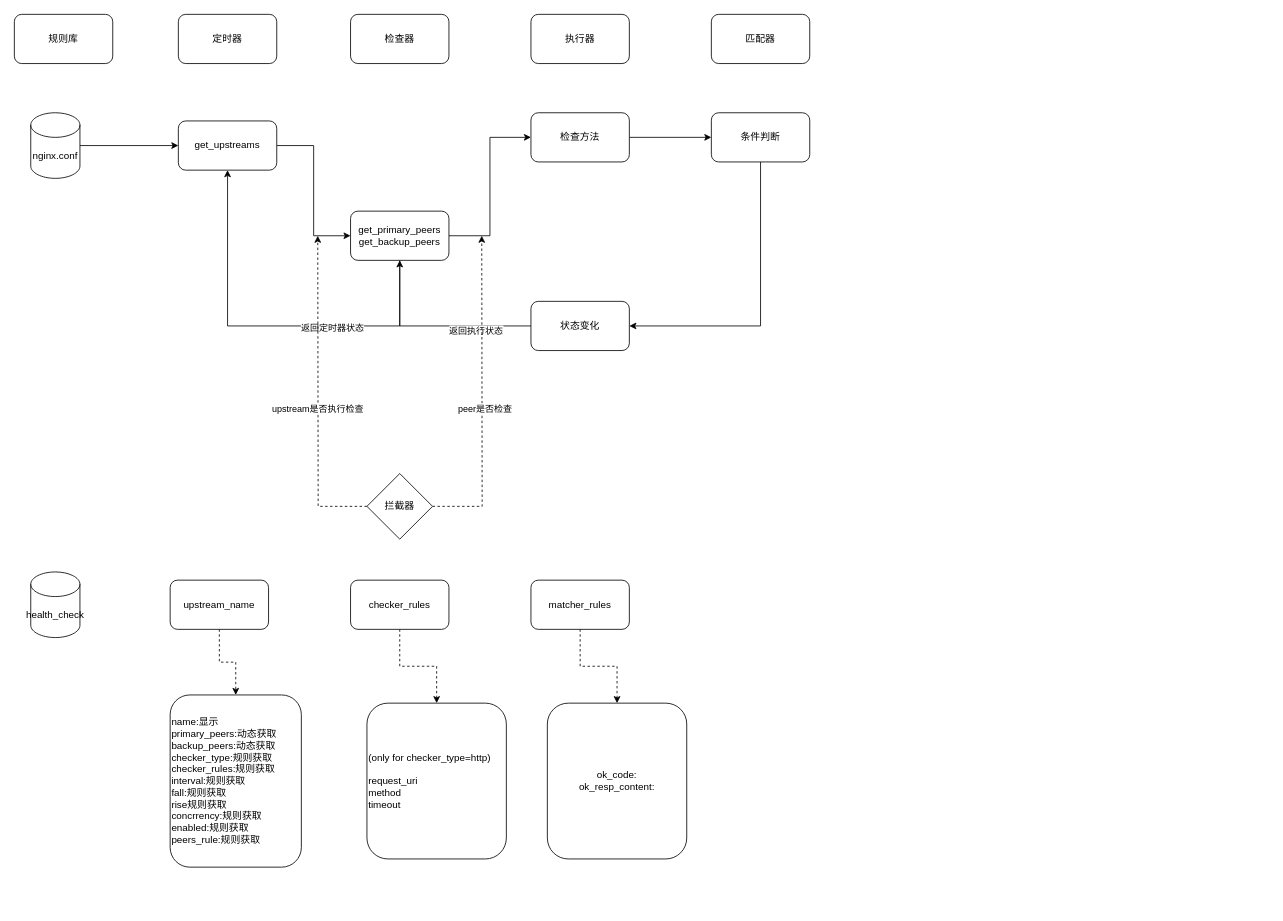
Earlier version of the draw.io diagram tools/process.drawio (reTsubasa/lua-resty-uh). Source tidied: cells renumbered, new cells numbered last; positions are measured from the earlier drawing's top-left corner, leaving out a move shared by most shapes. Both pictures are drawn from the tidied source at 82%, with x=0, y=0 at pixel (14, 14).
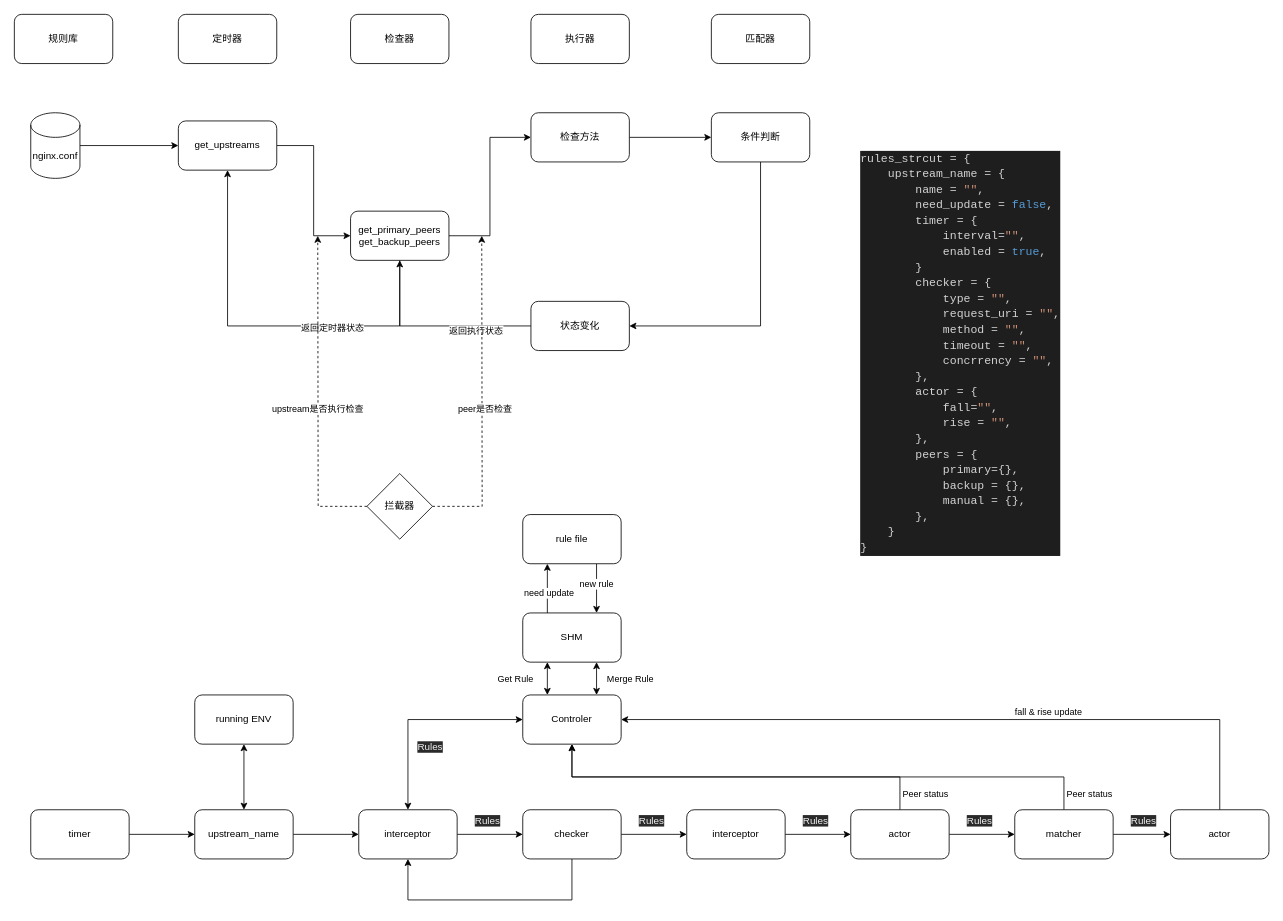
The same diagram, later.

What changed in the source:
```diff
@@
-    <mxCell id="13" style="edgeStyle=orthogonalEdgeStyle;rounded=0;jettySize=auto;html=1;dashed=1;" parent="1" edge="1" source="14" target="32">
-      <mxGeometry relative="1" as="geometry" />
-    </mxCell>
-    <mxCell id="14" value="upstream_name" style="rounded=1;whiteSpace=wrap;html=1;" parent="1" vertex="1">
-      <mxGeometry x="190" y="690" width="120" height="60" as="geometry" />
-    </mxCell>
-    <mxCell id="15" style="edgeStyle=orthogonalEdgeStyle;rounded=0;jettySize=auto;html=1;dashed=1;" parent="1" edge="1" source="16" target="33">
-      <mxGeometry relative="1" as="geometry" />
-    </mxCell>
-    <mxCell id="16" value="matcher_rules" style="rounded=1;whiteSpace=wrap;html=1;" parent="1" vertex="1">
-      <mxGeometry x="630" y="690" width="120" height="60" as="geometry" />
-    </mxCell>
@@
-    <mxCell id="21" value="health_check" style="shape=cylinder3;whiteSpace=wrap;html=1;boundedLbl=1;backgroundOutline=1;size=15;" parent="1" vertex="1">
-      <mxGeometry x="20" y="680" width="60" height="80" as="geometry" />
-    </mxCell>
@@
-    <mxCell id="32" value="name:显示&lt;br&gt;primary_peers:动态获取&lt;br&gt;backup_peers:动态获取&lt;br&gt;checker_type:规则获取&lt;br&gt;checker_rules:规则获取&lt;br&gt;interval:规则获取&lt;br&gt;fall:规则获取&lt;br&gt;rise规则获取&lt;br&gt;concrrency:规则获取&lt;br&gt;enabled:规则获取&lt;br&gt;peers_rule:规则获取" style="whiteSpace=wrap;html=1;rounded=1;align=left;" parent="1" vertex="1">
-      <mxGeometry x="190" y="830" width="160" height="210" as="geometry" />
-    </mxCell>
+    <mxCell id="37" value="&lt;div style=&quot;color: rgb(212, 212, 212); background-color: rgb(30, 30, 30); font-family: consolas, &amp;quot;courier new&amp;quot;, monospace; font-weight: normal; font-size: 14px; line-height: 19px;&quot;&gt;&lt;div&gt;&lt;span style=&quot;color: #d4d4d4&quot;&gt;rules_strcut&amp;nbsp;=&amp;nbsp;{&lt;/span&gt;&lt;/div&gt;&lt;div&gt;&lt;span style=&quot;color: #d4d4d4&quot;&gt;&amp;nbsp;&amp;nbsp;&amp;nbsp;&amp;nbsp;upstream_name&amp;nbsp;=&amp;nbsp;{&lt;/span&gt;&lt;/div&gt;&lt;div&gt;&lt;span style=&quot;color: #d4d4d4&quot;&gt;&amp;nbsp;&amp;nbsp;&amp;nbsp;&amp;nbsp;&amp;nbsp;&amp;nbsp;&amp;nbsp;&amp;nbsp;name&amp;nbsp;=&amp;nbsp;&lt;/span&gt;&lt;span style=&quot;color: #ce9178&quot;&gt;&quot;&quot;&lt;/span&gt;&lt;span style=&quot;color: #d4d4d4&quot;&gt;,&lt;/span&gt;&lt;/div&gt;&lt;div&gt;&lt;span style=&quot;color: #d4d4d4&quot;&gt;&amp;nbsp;&amp;nbsp;&amp;nbsp;&amp;nbsp;&amp;nbsp;&amp;nbsp;&amp;nbsp;&amp;nbsp;need_update&amp;nbsp;=&amp;nbsp;&lt;/span&gt;&lt;span style=&quot;color: #569cd6&quot;&gt;false&lt;/span&gt;&lt;span style=&quot;color: #d4d4d4&quot;&gt;,&lt;/span&gt;&lt;/div&gt;&lt;div&gt;&lt;span style=&quot;color: #d4d4d4&quot;&gt;&amp;nbsp;&amp;nbsp;&amp;nbsp;&amp;nbsp;&amp;nbsp;&amp;nbsp;&amp;nbsp;&amp;nbsp;timer&amp;nbsp;=&amp;nbsp;{&lt;/span&gt;&lt;/div&gt;&lt;div&gt;&lt;span style=&quot;color: #d4d4d4&quot;&gt;&amp;nbsp;&amp;nbsp;&amp;nbsp;&amp;nbsp;&amp;nbsp;&amp;nbsp;&amp;nbsp;&amp;nbsp;&amp;nbsp;&amp;nbsp;&amp;nbsp;&amp;nbsp;interval=&lt;/span&gt;&lt;span style=&quot;color: #ce9178&quot;&gt;&quot;&quot;&lt;/span&gt;&lt;span style=&quot;color: #d4d4d4&quot;&gt;,&lt;/span&gt;&lt;/div&gt;&lt;div&gt;&lt;span style=&quot;color: #d4d4d4&quot;&gt;&amp;nbsp;&amp;nbsp;&amp;nbsp;&amp;nbsp;&amp;nbsp;&amp;nbsp;&amp;nbsp;&amp;nbsp;&amp;nbsp;&amp;nbsp;&amp;nbsp;&amp;nbsp;enabled&amp;nbsp;=&amp;nbsp;&lt;/span&gt;&lt;span style=&quot;color: #569cd6&quot;&gt;true&lt;/span&gt;&lt;span style=&quot;color: #d4d4d4&quot;&gt;,&lt;/span&gt;&lt;/div&gt;&lt;div&gt;&lt;span style=&quot;color: #d4d4d4&quot;&gt;&amp;nbsp;&amp;nbsp;&amp;nbsp;&amp;nbsp;&amp;nbsp;&amp;nbsp;&amp;nbsp;&amp;nbsp;}&lt;/span&gt;&lt;/div&gt;&lt;div&gt;&lt;span style=&quot;color: #d4d4d4&quot;&gt;&amp;nbsp;&amp;nbsp;&amp;nbsp;&amp;nbsp;&amp;nbsp;&amp;nbsp;&amp;nbsp;&amp;nbsp;checker&amp;nbsp;=&amp;nbsp;{&lt;/span&gt;&lt;/div&gt;&lt;div&gt;&lt;span style=&quot;color: #d4d4d4&quot;&gt;&amp;nbsp;&amp;nbsp;&amp;nbsp;&amp;nbsp;&amp;nbsp;&amp;nbsp;&amp;nbsp;&amp;nbsp;&amp;nbsp;&amp;nbsp;&amp;nbsp;&amp;nbsp;type&amp;nbsp;=&amp;nbsp;&lt;/span&gt;&lt;span style=&quot;color: #ce9178&quot;&gt;&quot;&quot;&lt;/span&gt;&lt;span style=&quot;color: #d4d4d4&quot;&gt;,&lt;/span&gt;&lt;/div&gt;&lt;div&gt;&lt;span style=&quot;color: #d4d4d4&quot;&gt;&amp;nbsp;&amp;nbsp;&amp;nbsp;&amp;nbsp;&amp;nbsp;&amp;nbsp;&amp;nbsp;&amp;nbsp;&amp;nbsp;&amp;nbsp;&amp;nbsp;&amp;nbsp;request_uri&amp;nbsp;=&amp;nbsp;&lt;/span&gt;&lt;span style=&quot;color: #ce9178&quot;&gt;&quot;&quot;&lt;/span&gt;&lt;span style=&quot;color: #d4d4d4&quot;&gt;,&lt;/span&gt;&lt;/div&gt;&lt;div&gt;&lt;span style=&quot;color: #d4d4d4&quot;&gt;&amp;nbsp;&amp;nbsp;&amp;nbsp;&amp;nbsp;&amp;nbsp;&amp;nbsp;&amp;nbsp;&amp;nbsp;&amp;nbsp;&amp;nbsp;&amp;nbsp;&amp;nbsp;method&amp;nbsp;=&amp;nbsp;&lt;/span&gt;&lt;span style=&quot;color: #ce9178&quot;&gt;&quot;&quot;&lt;/span&gt;&lt;span style=&quot;color: #d4d4d4&quot;&gt;,&lt;/span&gt;&lt;/div&gt;&lt;div&gt;&lt;span style=&quot;color: #d4d4d4&quot;&gt;&amp;nbsp;&amp;nbsp;&amp;nbsp;&amp;nbsp;&amp;nbsp;&amp;nbsp;&amp;nbsp;&amp;nbsp;&amp;nbsp;&amp;nbsp;&amp;nbsp;&amp;nbsp;timeout&amp;nbsp;=&amp;nbsp;&lt;/span&gt;&lt;span style=&quot;color: #ce9178&quot;&gt;&quot;&quot;&lt;/span&gt;&lt;span style=&quot;color: #d4d4d4&quot;&gt;,&lt;/span&gt;&lt;/div&gt;&lt;div&gt;&lt;span style=&quot;color: #d4d4d4&quot;&gt;&amp;nbsp;&amp;nbsp;&amp;nbsp;&amp;nbsp;&amp;nbsp;&amp;nbsp;&amp;nbsp;&amp;nbsp;&amp;nbsp;&amp;nbsp;&amp;nbsp;&amp;nbsp;concrrency&amp;nbsp;=&amp;nbsp;&lt;/span&gt;&lt;span style=&quot;color: #ce9178&quot;&gt;&quot;&quot;&lt;/span&gt;&lt;span style=&quot;color: #d4d4d4&quot;&gt;,&lt;/span&gt;&lt;/div&gt;&lt;div&gt;&lt;span style=&quot;color: #d4d4d4&quot;&gt;&amp;nbsp;&amp;nbsp;&amp;nbsp;&amp;nbsp;&amp;nbsp;&amp;nbsp;&amp;nbsp;&amp;nbsp;},&lt;/span&gt;&lt;/div&gt;&lt;div&gt;&lt;span style=&quot;color: #d4d4d4&quot;&gt;&amp;nbsp;&amp;nbsp;&amp;nbsp;&amp;nbsp;&amp;nbsp;&amp;nbsp;&amp;nbsp;&amp;nbsp;actor&amp;nbsp;=&amp;nbsp;{&lt;/span&gt;&lt;/div&gt;&lt;div&gt;&lt;span style=&quot;color: #d4d4d4&quot;&gt;&amp;nbsp;&amp;nbsp;&amp;nbsp;&amp;nbsp;&amp;nbsp;&amp;nbsp;&amp;nbsp;&amp;nbsp;&amp;nbsp;&amp;nbsp;&amp;nbsp;&amp;nbsp;fall=&lt;/span&gt;&lt;span style=&quot;color: #ce9178&quot;&gt;&quot;&quot;&lt;/span&gt;&lt;span style=&quot;color: #d4d4d4&quot;&gt;,&lt;/span&gt;&lt;/div&gt;&lt;div&gt;&lt;span style=&quot;color: #d4d4d4&quot;&gt;&amp;nbsp;&amp;nbsp;&amp;nbsp;&amp;nbsp;&amp;nbsp;&amp;nbsp;&amp;nbsp;&amp;nbsp;&amp;nbsp;&amp;nbsp;&amp;nbsp;&amp;nbsp;rise&amp;nbsp;=&amp;nbsp;&lt;/span&gt;&lt;span style=&quot;color: #ce9178&quot;&gt;&quot;&quot;&lt;/span&gt;&lt;span style=&quot;color: #d4d4d4&quot;&gt;,&lt;/span&gt;&lt;/div&gt;&lt;div&gt;&lt;span style=&quot;color: #d4d4d4&quot;&gt;&amp;nbsp;&amp;nbsp;&amp;nbsp;&amp;nbsp;&amp;nbsp;&amp;nbsp;&amp;nbsp;&amp;nbsp;},&lt;/span&gt;&lt;/div&gt;&lt;div&gt;&lt;span style=&quot;color: #d4d4d4&quot;&gt;&amp;nbsp;&amp;nbsp;&amp;nbsp;&amp;nbsp;&amp;nbsp;&amp;nbsp;&amp;nbsp;&amp;nbsp;peers&amp;nbsp;=&amp;nbsp;{&lt;/span&gt;&lt;/div&gt;&lt;div&gt;&lt;span style=&quot;color: #d4d4d4&quot;&gt;&amp;nbsp;&amp;nbsp;&amp;nbsp;&amp;nbsp;&amp;nbsp;&amp;nbsp;&amp;nbsp;&amp;nbsp;&amp;nbsp;&amp;nbsp;&amp;nbsp;&amp;nbsp;primary={},&lt;/span&gt;&lt;/div&gt;&lt;div&gt;&lt;span style=&quot;color: #d4d4d4&quot;&gt;&amp;nbsp;&amp;nbsp;&amp;nbsp;&amp;nbsp;&amp;nbsp;&amp;nbsp;&amp;nbsp;&amp;nbsp;&amp;nbsp;&amp;nbsp;&amp;nbsp;&amp;nbsp;backup&amp;nbsp;=&amp;nbsp;{},&lt;/span&gt;&lt;/div&gt;&lt;div&gt;&lt;span style=&quot;color: #d4d4d4&quot;&gt;&amp;nbsp;&amp;nbsp;&amp;nbsp;&amp;nbsp;&amp;nbsp;&amp;nbsp;&amp;nbsp;&amp;nbsp;&amp;nbsp;&amp;nbsp;&amp;nbsp;&amp;nbsp;manual&amp;nbsp;=&amp;nbsp;{},&lt;/span&gt;&lt;/div&gt;&lt;div&gt;&lt;span style=&quot;color: #d4d4d4&quot;&gt;&amp;nbsp;&amp;nbsp;&amp;nbsp;&amp;nbsp;&amp;nbsp;&amp;nbsp;&amp;nbsp;&amp;nbsp;},&lt;/span&gt;&lt;/div&gt;&lt;div&gt;&lt;span style=&quot;color: #d4d4d4&quot;&gt;&amp;nbsp;&amp;nbsp;&amp;nbsp;&amp;nbsp;}&lt;/span&gt;&lt;/div&gt;&lt;div&gt;&lt;span style=&quot;color: #d4d4d4&quot;&gt;}&lt;/span&gt;&lt;/div&gt;&lt;/div&gt;" style="text;whiteSpace=wrap;html=1;" parent="1" vertex="1">
+      <mxGeometry x="1030" y="160" width="250" height="510" as="geometry" />
+    </mxCell>
+    <mxCell id="38" style="edgeStyle=orthogonalEdgeStyle;rounded=0;jettySize=auto;html=1;" parent="1" edge="1" source="33" target="15">
+      <mxGeometry relative="1" as="geometry" />
+    </mxCell>
-    <mxCell id="33" value="ok_code:&lt;br&gt;ok_resp_content:" style="whiteSpace=wrap;html=1;rounded=1;" parent="1" vertex="1">
-      <mxGeometry x="650" y="840" width="170" height="190" as="geometry" />
+    <mxCell id="33" value="timer" style="rounded=1;whiteSpace=wrap;html=1;" parent="1" vertex="1">
+      <mxGeometry x="20" y="970" width="120" height="60" as="geometry" />
     </mxCell>
+    <mxCell id="39" style="edgeStyle=orthogonalEdgeStyle;rounded=0;jettySize=auto;html=1;" parent="1" edge="1" source="15" target="42">
+      <mxGeometry relative="1" as="geometry" />
+    </mxCell>
+    <mxCell id="40" style="edgeStyle=orthogonalEdgeStyle;rounded=0;jettySize=auto;html=1;startArrow=classic;startFill=1;" parent="1" edge="1" source="15" target="63">
+      <mxGeometry relative="1" as="geometry" />
+    </mxCell>
+    <mxCell id="15" value="upstream_name" style="whiteSpace=wrap;html=1;rounded=1;" parent="1" vertex="1">
+      <mxGeometry x="220" y="970" width="120" height="60" as="geometry" />
+    </mxCell>
+    <mxCell id="41" style="edgeStyle=orthogonalEdgeStyle;rounded=0;jettySize=auto;html=1;" parent="1" edge="1" source="42" target="50">
+      <mxGeometry relative="1" as="geometry" />
+    </mxCell>
+    <mxCell id="42" value="interceptor" style="whiteSpace=wrap;html=1;rounded=1;" parent="1" vertex="1">
+      <mxGeometry x="420" y="970" width="120" height="60" as="geometry" />
+    </mxCell>
+    <mxCell id="43" style="edgeStyle=orthogonalEdgeStyle;rounded=0;jettySize=auto;html=1;entryX=0.25;entryY=1;entryDx=0;entryDy=0;exitX=0.25;exitY=0;exitDx=0;exitDy=0;" parent="1" edge="1" source="34" target="47">
+      <mxGeometry relative="1" as="geometry" />
+    </mxCell>
+    <mxCell id="44" value="need update" style="edgeLabel;html=1;align=center;verticalAlign=middle;" parent="43" vertex="1">
+      <mxGeometry x="-0.18" y="-1" relative="1" as="geometry" />
+    </mxCell>
-    <mxCell id="34" style="edgeStyle=orthogonalEdgeStyle;rounded=0;jettySize=auto;html=1;dashed=1;" parent="1" edge="1" source="35" target="36">
-      <mxGeometry relative="1" as="geometry" />
+    <mxCell id="34" value="SHM" style="whiteSpace=wrap;html=1;rounded=1;" parent="1" vertex="1">
+      <mxGeometry x="620" y="730" width="120" height="60" as="geometry" />
     </mxCell>
-    <mxCell id="35" value="checker_rules" style="rounded=1;whiteSpace=wrap;html=1;" parent="1" vertex="1">
-      <mxGeometry x="410" y="690" width="120" height="60" as="geometry" />
-    </mxCell>
-    <mxCell id="36" value="(only for checker_type=http)&lt;br&gt;&lt;br&gt;request_uri&lt;br&gt;method&lt;br&gt;timeout" style="whiteSpace=wrap;html=1;rounded=1;align=left;" parent="1" vertex="1">
-      <mxGeometry x="430" y="840" width="170" height="190" as="geometry" />
-    </mxCell>
+    <mxCell id="45" style="edgeStyle=orthogonalEdgeStyle;rounded=0;jettySize=auto;html=1;exitX=0.75;exitY=1;exitDx=0;exitDy=0;entryX=0.75;entryY=0;entryDx=0;entryDy=0;" parent="1" edge="1" source="47" target="34">
+      <mxGeometry relative="1" as="geometry" />
+    </mxCell>
+    <mxCell id="46" value="new rule" style="edgeLabel;html=1;align=center;verticalAlign=middle;" parent="45" vertex="1">
+      <mxGeometry x="-0.21" y="-1" relative="1" as="geometry" />
+    </mxCell>
+    <mxCell id="47" value="rule file" style="whiteSpace=wrap;html=1;rounded=1;" parent="1" vertex="1">
+      <mxGeometry x="620" y="610" width="120" height="60" as="geometry" />
+    </mxCell>
+    <mxCell id="48" style="edgeStyle=orthogonalEdgeStyle;rounded=0;jettySize=auto;html=1;exitX=0.5;exitY=1;exitDx=0;exitDy=0;entryX=0.5;entryY=1;entryDx=0;entryDy=0;" parent="1" edge="1" source="50" target="42">
+      <mxGeometry relative="1" as="geometry">
+        <Array as="points">
+          <mxPoint x="680" y="1080" />
+          <mxPoint x="480" y="1080" />
+        </Array>
+      </mxGeometry>
+    </mxCell>
+    <mxCell id="49" style="edgeStyle=orthogonalEdgeStyle;rounded=0;jettySize=auto;html=1;" parent="1" edge="1" source="50" target="52">
+      <mxGeometry relative="1" as="geometry" />
+    </mxCell>
+    <mxCell id="50" value="checker" style="whiteSpace=wrap;html=1;rounded=1;" parent="1" vertex="1">
+      <mxGeometry x="620" y="970" width="120" height="60" as="geometry" />
+    </mxCell>
+    <mxCell id="51" style="edgeStyle=orthogonalEdgeStyle;rounded=0;jettySize=auto;html=1;" parent="1" edge="1" source="52" target="55">
+      <mxGeometry relative="1" as="geometry" />
+    </mxCell>
+    <mxCell id="52" value="&lt;span&gt;interceptor&lt;/span&gt;" style="whiteSpace=wrap;html=1;rounded=1;" parent="1" vertex="1">
+      <mxGeometry x="820" y="970" width="120" height="60" as="geometry" />
+    </mxCell>
+    <mxCell id="53" style="edgeStyle=orthogonalEdgeStyle;rounded=0;jettySize=auto;html=1;startArrow=none;startFill=0;" parent="1" edge="1" source="55" target="69">
+      <mxGeometry relative="1" as="geometry" />
+    </mxCell>
+    <mxCell id="54" style="edgeStyle=orthogonalEdgeStyle;rounded=0;jettySize=auto;html=1;entryX=0.5;entryY=1;entryDx=0;entryDy=0;startArrow=none;startFill=0;" parent="1" edge="1" source="55" target="59">
+      <mxGeometry relative="1" as="geometry">
+        <Array as="points">
+          <mxPoint x="1080" y="930" />
+          <mxPoint x="680" y="930" />
+        </Array>
+      </mxGeometry>
+    </mxCell>
+    <mxCell id="55" value="actor" style="whiteSpace=wrap;html=1;rounded=1;" parent="1" vertex="1">
+      <mxGeometry x="1020" y="970" width="120" height="60" as="geometry" />
+    </mxCell>
+    <mxCell id="56" style="edgeStyle=orthogonalEdgeStyle;rounded=0;jettySize=auto;html=1;exitX=0.25;exitY=0;exitDx=0;exitDy=0;entryX=0.25;entryY=1;entryDx=0;entryDy=0;startArrow=classic;startFill=1;" parent="1" edge="1" source="59" target="34">
+      <mxGeometry relative="1" as="geometry" />
+    </mxCell>
+    <mxCell id="57" style="edgeStyle=orthogonalEdgeStyle;rounded=0;jettySize=auto;html=1;exitX=0.75;exitY=0;exitDx=0;exitDy=0;entryX=0.75;entryY=1;entryDx=0;entryDy=0;startArrow=classic;startFill=1;" parent="1" edge="1" source="59" target="34">
+      <mxGeometry relative="1" as="geometry" />
+    </mxCell>
+    <mxCell id="58" style="edgeStyle=orthogonalEdgeStyle;rounded=0;jettySize=auto;html=1;entryX=0.5;entryY=0;entryDx=0;entryDy=0;startArrow=classic;startFill=1;" parent="1" edge="1" source="59" target="42">
+      <mxGeometry relative="1" as="geometry" />
+    </mxCell>
+    <mxCell id="59" value="Controler" style="rounded=1;whiteSpace=wrap;html=1;" parent="1" vertex="1">
+      <mxGeometry x="620" y="830" width="120" height="60" as="geometry" />
+    </mxCell>
+    <mxCell id="60" value="Merge Rule" style="edgeLabel;html=1;align=center;verticalAlign=middle;" parent="1" vertex="1">
+      <mxGeometry x="750" y="810" as="geometry" />
+    </mxCell>
+    <mxCell id="61" value="Get Rule" style="edgeLabel;html=1;align=center;verticalAlign=middle;" parent="1" vertex="1">
+      <mxGeometry x="610" y="810" as="geometry" />
+    </mxCell>
+    <mxCell id="62" value="&lt;span style=&quot;color: rgb(240 , 240 , 240) ; font-family: &amp;#34;helvetica&amp;#34; ; font-size: 12px ; font-style: normal ; font-weight: 400 ; letter-spacing: normal ; text-align: center ; text-indent: 0px ; text-transform: none ; word-spacing: 0px ; background-color: rgb(42 , 42 , 42) ; display: inline ; float: none&quot;&gt;Rules&lt;/span&gt;" style="text;whiteSpace=wrap;html=1;" parent="1" vertex="1">
+      <mxGeometry x="490" y="880" width="50" height="30" as="geometry" />
+    </mxCell>
+    <mxCell id="63" value="running ENV" style="whiteSpace=wrap;html=1;rounded=1;" parent="1" vertex="1">
+      <mxGeometry x="220" y="830" width="120" height="60" as="geometry" />
+    </mxCell>
+    <mxCell id="64" value="&lt;span style=&quot;color: rgb(240 , 240 , 240) ; font-family: &amp;#34;helvetica&amp;#34; ; font-size: 12px ; font-style: normal ; font-weight: 400 ; letter-spacing: normal ; text-align: center ; text-indent: 0px ; text-transform: none ; word-spacing: 0px ; background-color: rgb(42 , 42 , 42) ; display: inline ; float: none&quot;&gt;Rules&lt;/span&gt;" style="text;whiteSpace=wrap;html=1;" parent="1" vertex="1">
+      <mxGeometry x="560" y="970" width="50" height="30" as="geometry" />
+    </mxCell>
+    <mxCell id="65" value="&lt;span style=&quot;color: rgb(240 , 240 , 240) ; font-family: &amp;#34;helvetica&amp;#34; ; font-size: 12px ; font-style: normal ; font-weight: 400 ; letter-spacing: normal ; text-align: center ; text-indent: 0px ; text-transform: none ; word-spacing: 0px ; background-color: rgb(42 , 42 , 42) ; display: inline ; float: none&quot;&gt;Rules&lt;/span&gt;" style="text;whiteSpace=wrap;html=1;" parent="1" vertex="1">
+      <mxGeometry x="760" y="970" width="50" height="30" as="geometry" />
+    </mxCell>
+    <mxCell id="66" value="&lt;span style=&quot;color: rgb(240 , 240 , 240) ; font-family: &amp;#34;helvetica&amp;#34; ; font-size: 12px ; font-style: normal ; font-weight: 400 ; letter-spacing: normal ; text-align: center ; text-indent: 0px ; text-transform: none ; word-spacing: 0px ; background-color: rgb(42 , 42 , 42) ; display: inline ; float: none&quot;&gt;Rules&lt;/span&gt;" style="text;whiteSpace=wrap;html=1;" parent="1" vertex="1">
+      <mxGeometry x="960" y="970" width="50" height="30" as="geometry" />
+    </mxCell>
+    <mxCell id="67" style="edgeStyle=orthogonalEdgeStyle;rounded=0;jettySize=auto;html=1;entryX=0;entryY=0.5;entryDx=0;entryDy=0;startArrow=none;startFill=0;" parent="1" edge="1" source="69" target="72">
+      <mxGeometry relative="1" as="geometry" />
+    </mxCell>
+    <mxCell id="68" style="edgeStyle=orthogonalEdgeStyle;rounded=0;jettySize=auto;html=1;entryX=0.5;entryY=1;entryDx=0;entryDy=0;startArrow=none;startFill=0;" parent="1" edge="1" source="69" target="59">
+      <mxGeometry relative="1" as="geometry">
+        <Array as="points">
+          <mxPoint x="1280" y="930" />
+          <mxPoint x="680" y="930" />
+        </Array>
+      </mxGeometry>
+    </mxCell>
+    <mxCell id="69" value="matcher" style="whiteSpace=wrap;html=1;rounded=1;" parent="1" vertex="1">
+      <mxGeometry x="1220" y="970" width="120" height="60" as="geometry" />
+    </mxCell>
+    <mxCell id="70" value="&lt;span style=&quot;color: rgb(240 , 240 , 240) ; font-family: &amp;#34;helvetica&amp;#34; ; font-size: 12px ; font-style: normal ; font-weight: 400 ; letter-spacing: normal ; text-align: center ; text-indent: 0px ; text-transform: none ; word-spacing: 0px ; background-color: rgb(42 , 42 , 42) ; display: inline ; float: none&quot;&gt;Rules&lt;/span&gt;" style="text;whiteSpace=wrap;html=1;" parent="1" vertex="1">
+      <mxGeometry x="1160" y="970" width="50" height="30" as="geometry" />
+    </mxCell>
+    <mxCell id="71" style="edgeStyle=orthogonalEdgeStyle;rounded=0;jettySize=auto;html=1;entryX=1;entryY=0.5;entryDx=0;entryDy=0;startArrow=none;startFill=0;" parent="1" edge="1" source="72" target="59">
+      <mxGeometry relative="1" as="geometry">
+        <Array as="points">
+          <mxPoint x="1470" y="860" />
+        </Array>
+      </mxGeometry>
+    </mxCell>
+    <mxCell id="72" value="actor" style="whiteSpace=wrap;html=1;rounded=1;" parent="1" vertex="1">
+      <mxGeometry x="1410" y="970" width="120" height="60" as="geometry" />
+    </mxCell>
+    <mxCell id="73" value="&lt;span style=&quot;color: rgb(240 , 240 , 240) ; font-family: &amp;#34;helvetica&amp;#34; ; font-size: 12px ; font-style: normal ; font-weight: 400 ; letter-spacing: normal ; text-align: center ; text-indent: 0px ; text-transform: none ; word-spacing: 0px ; background-color: rgb(42 , 42 , 42) ; display: inline ; float: none&quot;&gt;Rules&lt;/span&gt;" style="text;whiteSpace=wrap;html=1;" parent="1" vertex="1">
+      <mxGeometry x="1360" y="970" width="50" height="30" as="geometry" />
+    </mxCell>
+    <mxCell id="74" value="Peer status" style="edgeLabel;html=1;align=center;verticalAlign=middle;" parent="1" vertex="1">
+      <mxGeometry x="1110" y="950" as="geometry" />
+    </mxCell>
+    <mxCell id="75" value="Peer status" style="edgeLabel;html=1;align=center;verticalAlign=middle;" parent="1" vertex="1">
+      <mxGeometry x="1310" y="950" as="geometry" />
+    </mxCell>
+    <mxCell id="76" value="fall &amp;amp; rise update" style="edgeLabel;html=1;align=center;verticalAlign=middle;" parent="1" vertex="1">
+      <mxGeometry x="1260" y="850" as="geometry" />
+    </mxCell>
```
